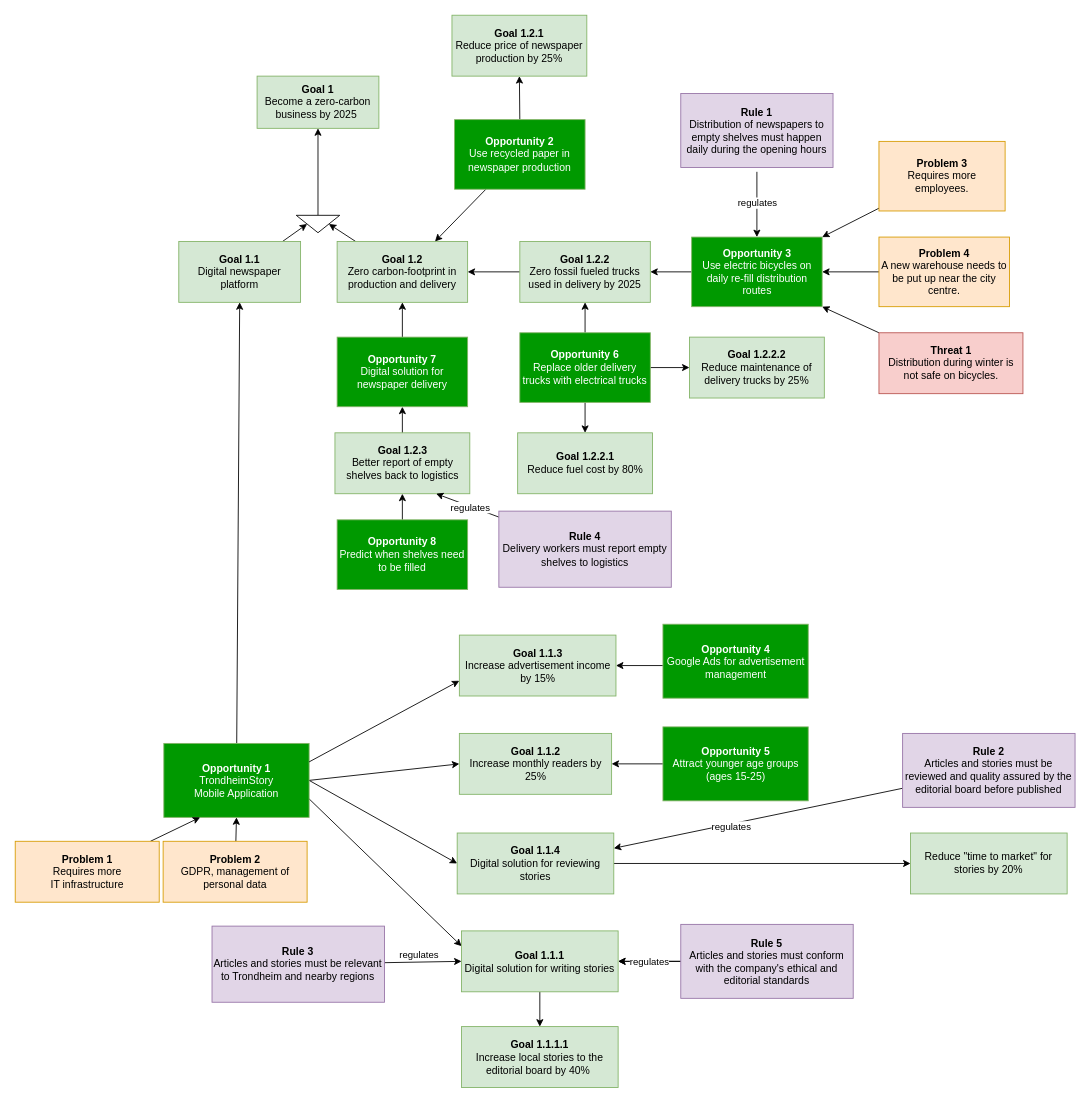
Above: TS_4EM.drawio in gullskatten/TS-models-4em-archi (draw.io), before the change. Source tidied: cells renumbered, new cells numbered last; positions are measured from the earlier drawing's top-left corner, leaving out a move shared by most shapes. Both pictures are drawn from the tidied source at 87%, with x=0, y=0 at pixel (15, 15).
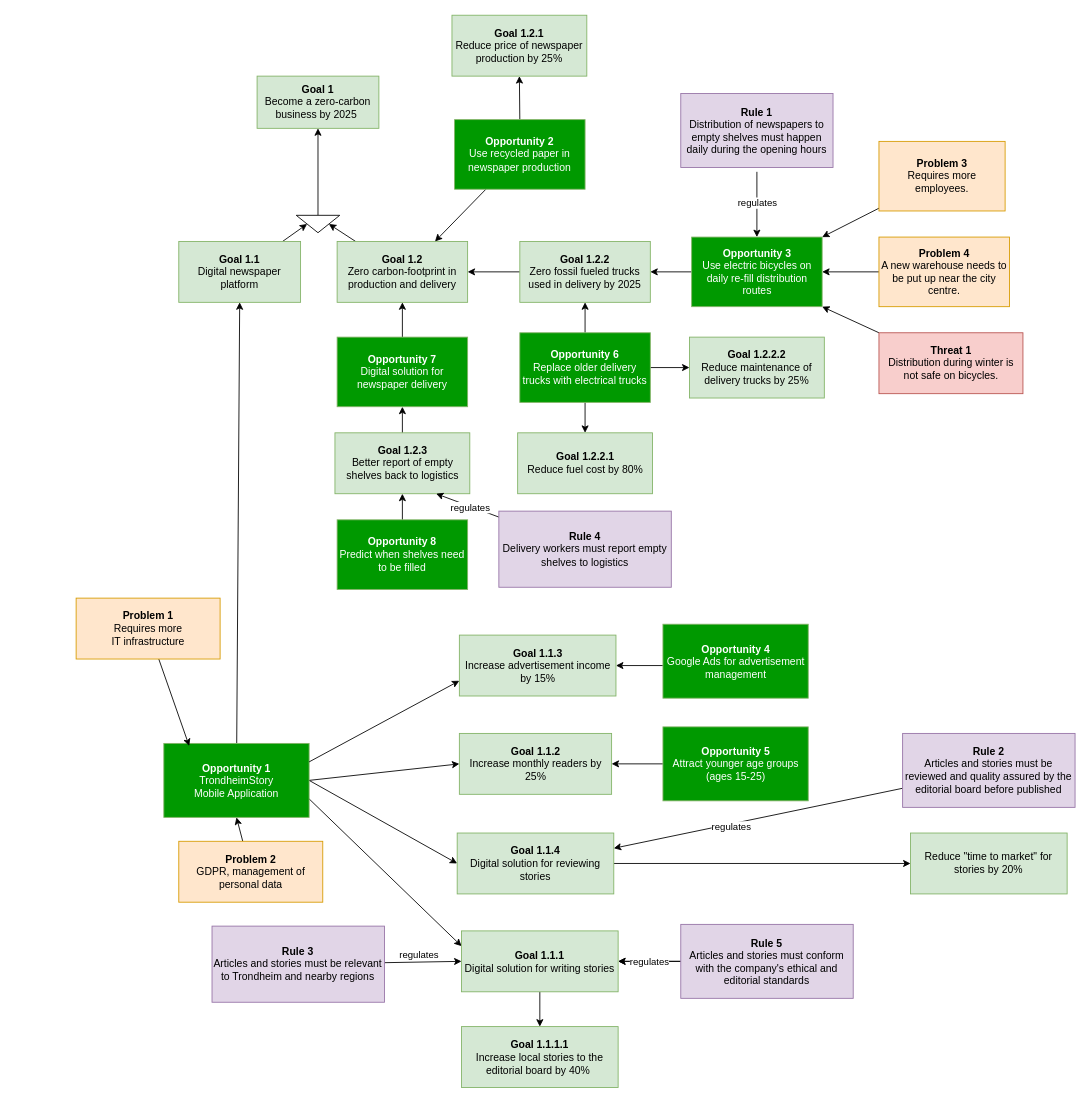
The same diagram, later.

The change refers to these unchanged cells:
```xml
<mxCell id="15" value="&lt;b&gt;Opportunity 1&lt;/b&gt;&lt;br&gt;TrondheimStory &lt;br&gt;Mobile Application" style="rounded=0;whiteSpace=wrap;html=1;strokeColor=#82b366;fontColor=#FFFFFF;fillColor=#009900;" parent="1" vertex="1">
  <mxGeometry x="170.8" y="837" width="167" height="85" as="geometry" />
</mxCell>
```

The edit, as a diff of the source:
```diff
@@
     <mxCell id="17" value="&lt;b&gt;Problem 2&lt;/b&gt;&lt;br&gt;GDPR, management of personal data" style="rounded=0;whiteSpace=wrap;html=1;fillColor=#ffe6cc;strokeColor=#d79b00;" parent="1" vertex="1">
-      <mxGeometry x="170" y="949.5" width="165.5" height="70" as="geometry" />
+      <mxGeometry x="188" y="949.5" width="165.5" height="70" as="geometry" />
     </mxCell>
@@
-    <mxCell id="37" style="edgeStyle=none;rounded=0;jettySize=auto;html=1;entryX=0.25;entryY=1;entryDx=0;entryDy=0;fontColor=#FFFFFF;" parent="1" edge="1" source="38" target="15">
-      <mxGeometry relative="1" as="geometry" />
+    <mxCell id="37" style="edgeStyle=none;rounded=0;jettySize=auto;html=1;fontColor=#FFFFFF;" parent="1" edge="1" source="38">
+      <mxGeometry relative="1" as="geometry">
+        <mxPoint x="200" y="840" as="targetPoint" />
+      </mxGeometry>
     </mxCell>
     <mxCell id="38" value="&lt;b&gt;Problem 1&lt;/b&gt;&lt;br&gt;Requires more&lt;br&gt;IT infrastructure" style="rounded=0;whiteSpace=wrap;html=1;fillColor=#ffe6cc;strokeColor=#d79b00;" parent="1" vertex="1">
-      <mxGeometry y="949.5" width="165.5" height="70" as="geometry" />
+      <mxGeometry x="70" y="670" width="165.5" height="70" as="geometry" />
     </mxCell>
```
